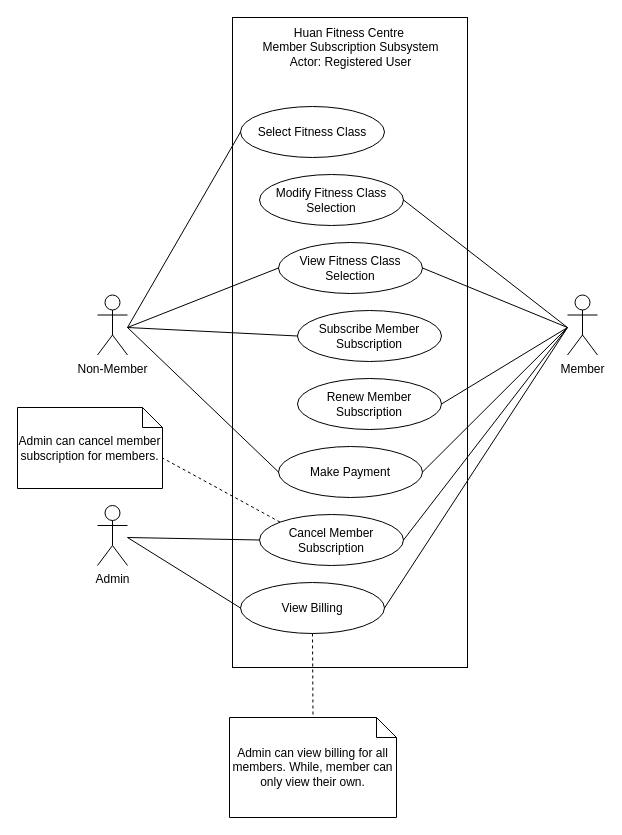
Earlier version of the draw.io diagram page "Member Subscription" (3 of 8) of diagrams/Use Case Diagram.drawio (iZ86/DIT2153WD). Source tidied: cells renumbered, new cells numbered last; positions are measured from the earlier drawing's top-left corner, leaving out a move shared by most shapes. Both pictures are drawn from the tidied source at 100%, with x=0, y=0 at pixel (17, 17).
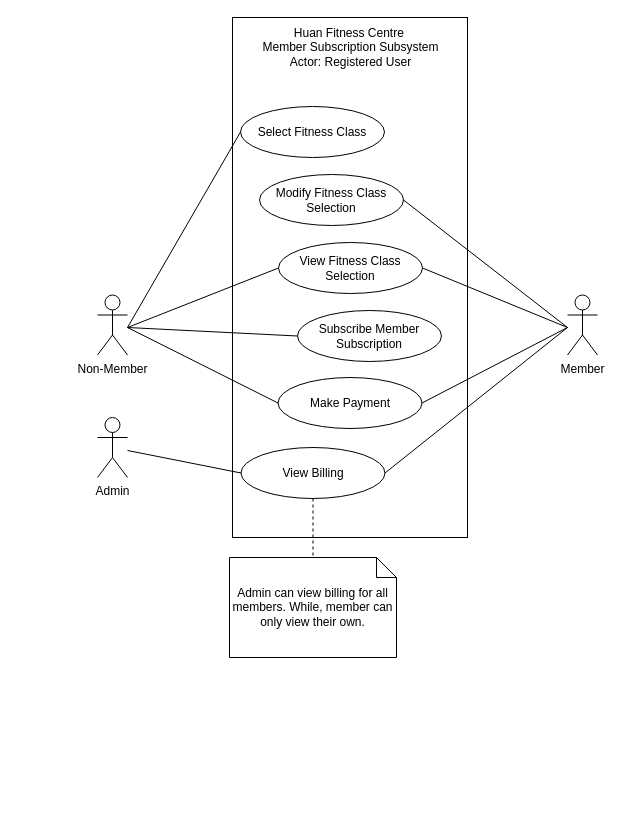
Above is the later version.

Change to the diagram source:
```diff
@@
     <mxCell id="2" style="rounded=0;whiteSpace=wrap;html=1;" parent="1" vertex="1">
-      <mxGeometry x="215" width="235" height="650" as="geometry" />
+      <mxGeometry x="215" width="235" height="520" as="geometry" />
     </mxCell>
@@
-    <mxCell id="6" value="Cancel Member Subscription" style="ellipse;whiteSpace=wrap;html=1;" parent="1" vertex="1">
-      <mxGeometry x="242" y="497" width="144" height="51" as="geometry" />
-    </mxCell>
     <mxCell id="7" value="Make Payment" style="ellipse;whiteSpace=wrap;html=1;" parent="1" vertex="1">
-      <mxGeometry x="261" y="429" width="144" height="51" as="geometry" />
+      <mxGeometry x="260.5" y="360" width="144" height="51" as="geometry" />
     </mxCell>
@@
-    <mxCell id="10" value="Renew Member Subscription" style="ellipse;whiteSpace=wrap;html=1;" parent="1" vertex="1">
-      <mxGeometry x="280" y="361" width="144" height="51" as="geometry" />
-    </mxCell>
@@
-    <mxCell id="13" style="rounded=0;jettySize=auto;html=1;entryX=1;entryY=0.5;entryDx=0;entryDy=0;endArrow=none;endFill=0;" parent="1" edge="1" target="10">
-      <mxGeometry relative="1" as="geometry">
-        <mxPoint x="550" y="310" as="sourcePoint" />
-      </mxGeometry>
-    </mxCell>
-    <mxCell id="14" style="rounded=0;jettySize=auto;html=1;entryX=1;entryY=0.5;entryDx=0;entryDy=0;endArrow=none;endFill=0;" parent="1" edge="1" target="6">
-      <mxGeometry relative="1" as="geometry">
-        <mxPoint x="550" y="310" as="sourcePoint" />
-      </mxGeometry>
-    </mxCell>
@@
-    <mxCell id="17" style="rounded=0;jettySize=auto;html=1;entryX=0;entryY=0.5;entryDx=0;entryDy=0;endArrow=none;endFill=0;" parent="1" edge="1" target="6">
-      <mxGeometry relative="1" as="geometry">
-        <mxPoint x="110" y="520" as="sourcePoint" />
-      </mxGeometry>
-    </mxCell>
     <mxCell id="18" value="Admin" style="shape=umlActor;verticalLabelPosition=bottom;verticalAlign=top;html=1;outlineConnect=0;" parent="1" vertex="1">
-      <mxGeometry x="80" y="488" width="30" height="60" as="geometry" />
+      <mxGeometry x="80" y="400" width="30" height="60" as="geometry" />
     </mxCell>
@@
-    <mxCell id="24" value="Admin can cancel member subscription for members." style="shape=note;size=20;whiteSpace=wrap;html=1;" parent="1" vertex="1">
-      <mxGeometry y="390" width="145" height="81" as="geometry" />
-    </mxCell>
-    <mxCell id="25" style="rounded=0;jettySize=auto;html=1;entryX=0;entryY=0;entryDx=145;entryDy=50.5;entryPerimeter=0;endArrow=none;endFill=0;dashed=1;exitX=0;exitY=0;exitDx=0;exitDy=0;" parent="1" edge="1" source="6" target="24">
-      <mxGeometry relative="1" as="geometry" />
-    </mxCell>
-    <mxCell id="26" style="rounded=0;jettySize=auto;html=1;endArrow=none;endFill=0;exitX=0;exitY=0.5;exitDx=0;exitDy=0;" parent="1" edge="1" source="28">
-      <mxGeometry relative="1" as="geometry">
-        <mxPoint x="110" y="520" as="targetPoint" />
-      </mxGeometry>
+    <mxCell id="26" style="rounded=0;jettySize=auto;html=1;endArrow=none;endFill=0;exitX=0;exitY=0.5;exitDx=0;exitDy=0;" parent="1" edge="1" source="28" target="18">
+      <mxGeometry relative="1" as="geometry" />
     </mxCell>
@@
     <mxCell id="28" value="View Billing" style="ellipse;whiteSpace=wrap;html=1;" parent="1" vertex="1">
-      <mxGeometry x="223" y="565" width="144" height="51" as="geometry" />
+      <mxGeometry x="223.5" y="430" width="144" height="51" as="geometry" />
     </mxCell>
     <mxCell id="29" value="Admin can view billing for all members. While, member can only view their own." style="shape=note;size=20;whiteSpace=wrap;html=1;" parent="1" vertex="1">
-      <mxGeometry x="212" y="700" width="167" height="100" as="geometry" />
+      <mxGeometry x="212" y="540" width="167" height="100" as="geometry" />
     </mxCell>
```
